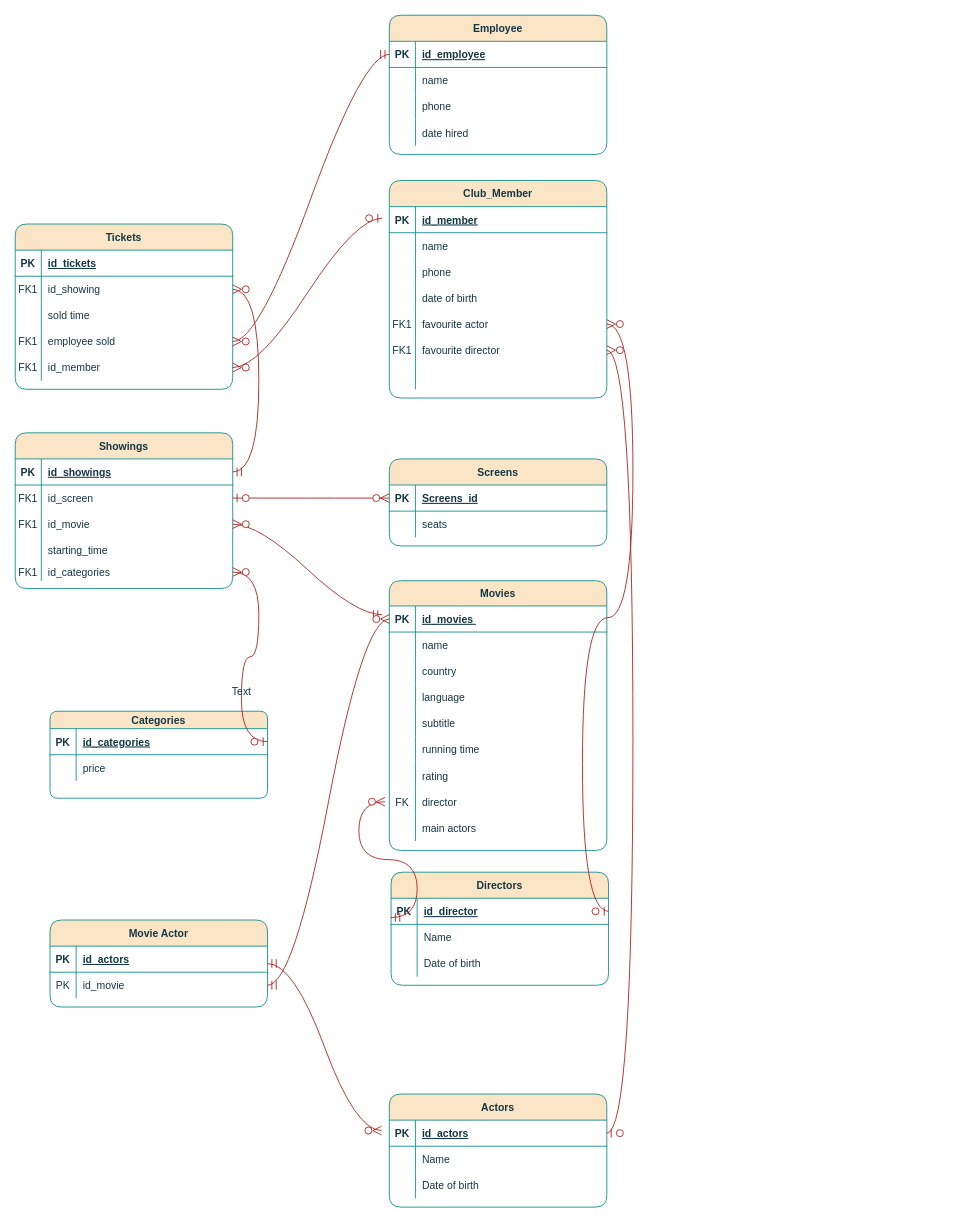
Above: Untitled Diagram.drawio in jean-rocha1/jean-rocha1 (draw.io), before the change. Source tidied: cells renumbered, new cells numbered last; positions are measured from the earlier drawing's top-left corner, leaving out a move shared by most shapes. Both pictures are drawn from the tidied source at 87%, with x=0, y=0 at pixel (15, 15).
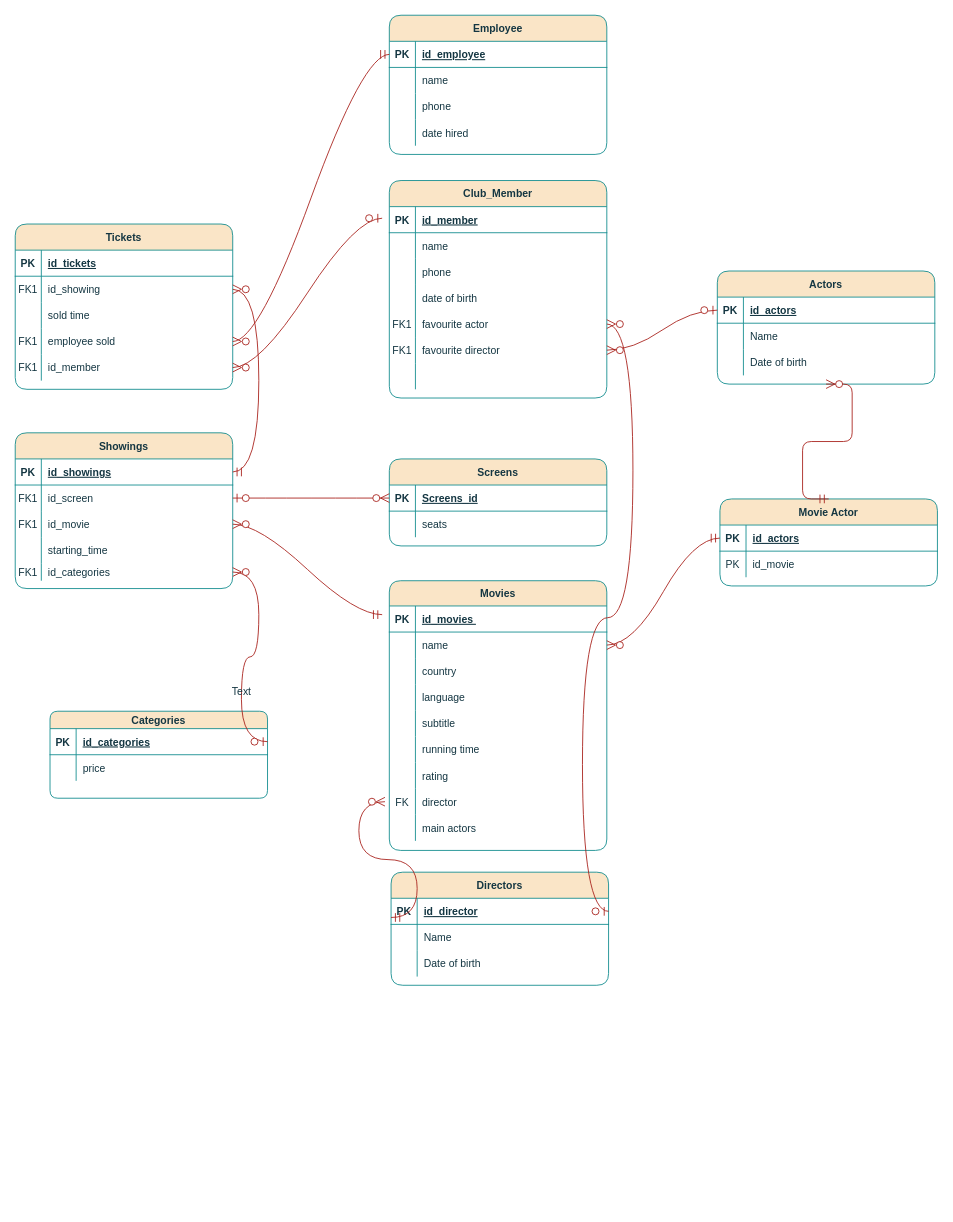
The same page after the edit.

Unchanged cells that the change refers to:
```xml
<mxCell id="3" style="shape=partialRectangle;fillColor=none;points=[[0,0.5],[1,0.5]];portConstraint=eastwest;top=0;left=0;right=0;bottom=1;labelBackgroundColor=none;strokeColor=#0F8B8D;fontColor=#143642;rounded=1;" parent="2" vertex="1">
  <mxGeometry y="29" width="250" height="30" as="geometry" />
</mxCell>
<mxCell id="6" style="shape=partialRectangle;fillColor=none;points=[[0,0.5],[1,0.5]];portConstraint=eastwest;top=0;left=0;right=0;bottom=0;labelBackgroundColor=none;strokeColor=#0F8B8D;fontColor=#143642;rounded=1;" parent="2" vertex="1">
  <mxGeometry y="59" width="250" height="30" as="geometry" />
</mxCell>
<mxCell id="48" style="shape=partialRectangle;fillColor=none;points=[[0,0.5],[1,0.5]];portConstraint=eastwest;top=0;left=0;right=0;bottom=1;labelBackgroundColor=none;strokeColor=#0F8B8D;fontColor=#143642;rounded=1;" parent="47" vertex="1">
  <mxGeometry y="30" width="250" height="30" as="geometry" />
</mxCell>
<mxCell id="125" style="shape=partialRectangle;fillColor=none;points=[[0,0.5],[1,0.5]];portConstraint=eastwest;top=0;left=0;right=0;bottom=0;labelBackgroundColor=none;strokeColor=#0F8B8D;fontColor=#143642;rounded=1;" parent="109" vertex="1">
  <mxGeometry y="180" width="250" height="30" as="geometry" />
</mxCell>
<mxCell id="142" style="shape=partialRectangle;fillColor=none;points=[[0,0.5],[1,0.5]];portConstraint=eastwest;top=0;left=0;right=0;bottom=1;labelBackgroundColor=none;strokeColor=#0F8B8D;fontColor=#143642;rounded=1;" parent="141" vertex="1">
  <mxGeometry y="30" width="250" height="30" as="geometry" />
</mxCell>
```

The edit, as a diff of the source:
```diff
@@
     <mxCell id="47" value="Actors" style="shape=table;startSize=30;childLayout=tableLayout;rowLines=0;fontStyle=1;align=center;labelBackgroundColor=none;fillColor=#FAE5C7;strokeColor=#0F8B8D;fontColor=#143642;rounded=1;" parent="1" vertex="1">
-      <mxGeometry x="430" y="1240" width="250" height="130" as="geometry" />
+      <mxGeometry x="807" y="294" width="250" height="130" as="geometry" />
     </mxCell>
@@
-    <mxCell id="139" style="edgeStyle=entityRelationEdgeStyle;fontSize=12;html=1;endArrow=ERzeroToMany;startArrow=ERzeroToOne;rounded=1;startSize=8;endSize=8;curved=1;entryX=1;entryY=0.5;entryDx=0;entryDy=0;exitX=1;exitY=0.5;exitDx=0;exitDy=0;labelBackgroundColor=none;fontColor=default;strokeColor=#A8201A;" parent="1" edge="1" source="48" target="125">
+    <mxCell id="139" style="edgeStyle=entityRelationEdgeStyle;fontSize=12;html=1;endArrow=ERzeroToMany;startArrow=ERzeroToOne;rounded=1;startSize=8;endSize=8;curved=1;entryX=1;entryY=0.5;entryDx=0;entryDy=0;exitX=0;exitY=0.5;exitDx=0;exitDy=0;labelBackgroundColor=none;fontColor=default;strokeColor=#A8201A;" parent="1" edge="1" source="48" target="125">
       <mxGeometry relative="1" as="geometry" />
     </mxCell>
@@
     <mxCell id="141" value="Movie Actor" style="shape=table;startSize=30;childLayout=tableLayout;rowLines=0;fontStyle=1;align=center;labelBackgroundColor=none;fillColor=#FAE5C7;strokeColor=#0F8B8D;fontColor=#143642;rounded=1;" parent="1" vertex="1">
-      <mxGeometry x="40" y="1040" width="250" height="100" as="geometry" />
+      <mxGeometry x="810" y="556" width="250" height="100" as="geometry" />
     </mxCell>
@@
-    <mxCell id="148" style="edgeStyle=entityRelationEdgeStyle;fontSize=12;html=1;endArrow=ERzeroToMany;startArrow=ERmandOne;rounded=1;startSize=8;endSize=8;curved=1;exitX=1;exitY=0.75;exitDx=0;exitDy=0;entryX=0;entryY=0.5;entryDx=0;entryDy=0;labelBackgroundColor=none;fontColor=default;strokeColor=#A8201A;" parent="1" edge="1" source="141" target="3">
+    <mxCell id="148" style="edgeStyle=entityRelationEdgeStyle;fontSize=12;html=1;endArrow=ERzeroToMany;startArrow=ERmandOne;rounded=1;startSize=8;endSize=8;curved=1;exitX=0;exitY=0.5;exitDx=0;exitDy=0;entryX=1;entryY=0.5;entryDx=0;entryDy=0;labelBackgroundColor=none;fontColor=default;strokeColor=#A8201A;" parent="1" edge="1" source="142" target="6">
       <mxGeometry relative="1" as="geometry" />
     </mxCell>
-    <mxCell id="149" style="edgeStyle=entityRelationEdgeStyle;fontSize=12;html=1;endArrow=ERzeroToMany;startArrow=ERmandOne;rounded=1;startSize=8;endSize=8;curved=1;exitX=1;exitY=0.5;exitDx=0;exitDy=0;entryX=-0.036;entryY=0.4;entryDx=0;entryDy=0;entryPerimeter=0;labelBackgroundColor=none;fontColor=default;strokeColor=#A8201A;" parent="1" edge="1" source="141" target="48">
+    <mxCell id="149" style="edgeStyle=entityRelationEdgeStyle;fontSize=12;html=1;endArrow=ERzeroToMany;startArrow=ERmandOne;rounded=1;startSize=8;endSize=8;curved=0;exitX=0.5;exitY=0;exitDx=0;exitDy=0;entryX=0.5;entryY=1;entryDx=0;entryDy=0;labelBackgroundColor=none;fontColor=default;strokeColor=#A8201A;" parent="1" edge="1" source="141" target="47">
       <mxGeometry relative="1" as="geometry" />
     </mxCell>
```
